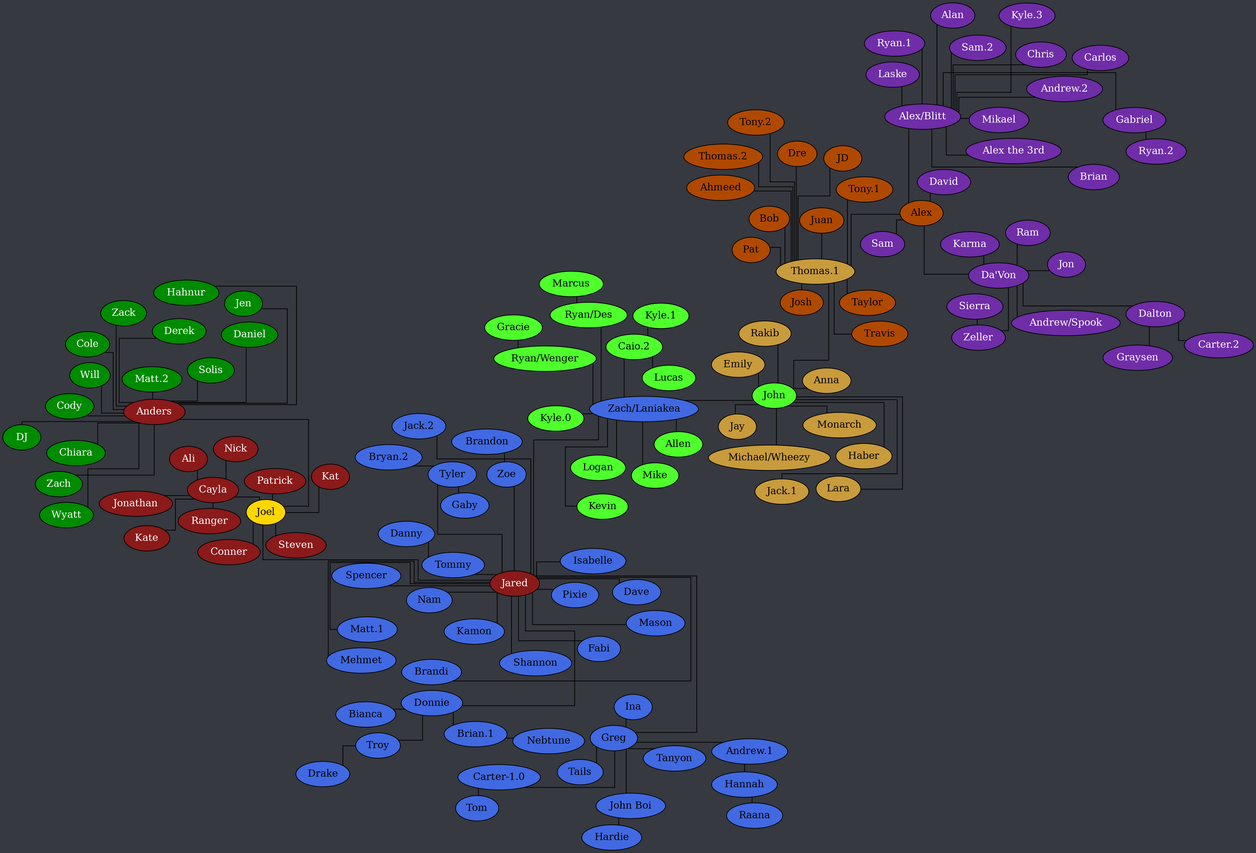
Above: tree.png in Documidas/CoronaCatzFamilyTree (Graphviz), before the change. Its source is kept beside it as tree.dot.
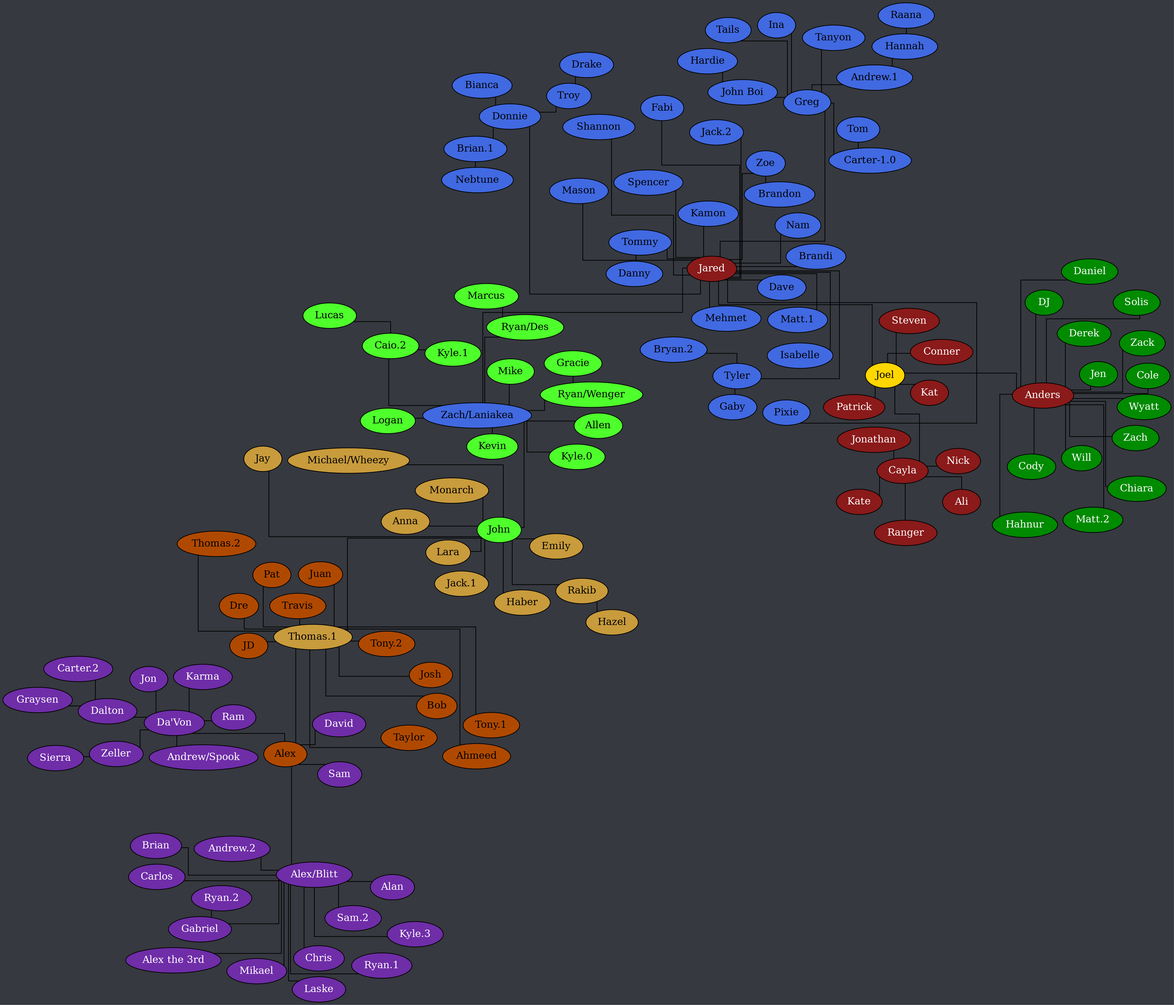
After the change.

Diff of the diagram source:
```diff
@@ -121,6 +121,7 @@
 		John -- Monarch;
 		John -- Rakib;
 		John -- "Thomas.1";
+		Rakib -- Hazel;
 	}
 
 	subgraph "John-stream" {
```
